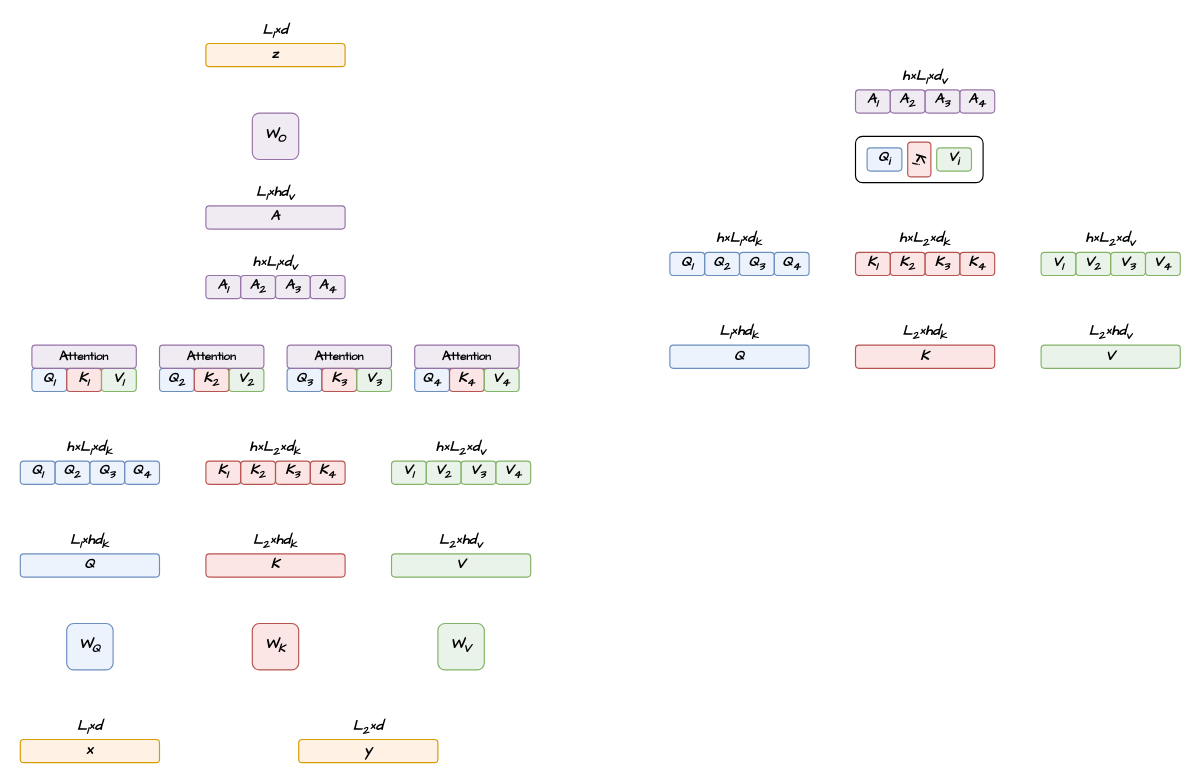
ZhangzeqingCN/api-project keeps this draw.io diagram as page "第 3 页" (3 of 3) of 未命名绘图2.drawio. Above is the earlier version. Source tidied: cells renumbered, new cells numbered last; positions are measured from the earlier drawing's top-left corner, leaving out a move shared by most shapes. Both pictures are drawn from the tidied source at 116%, with x=0, y=0 at pixel (20, 20).
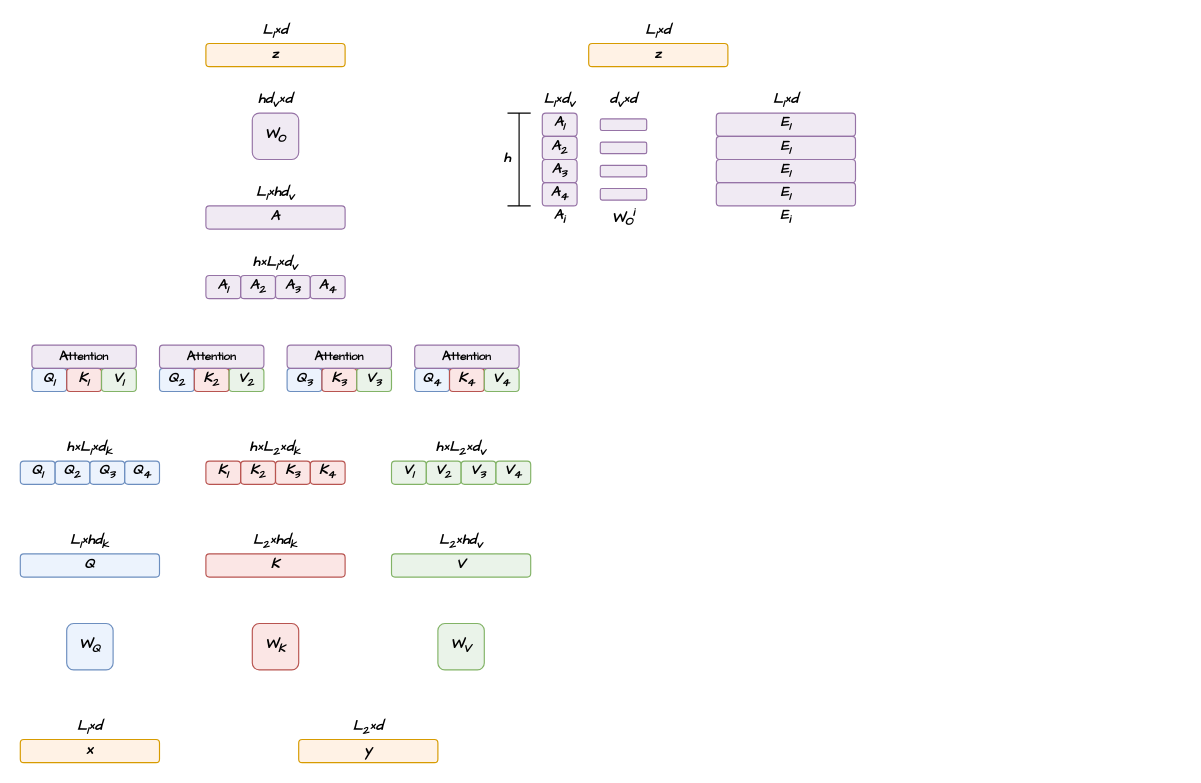
The same diagram, later.

Commit message (it also covers changes not shown here):
更新未命名绘图2.drawio

What changed in the source:
```diff
@@
-    <mxCell id="2" value="&lt;span&gt;&lt;span&gt;Q&lt;/span&gt;&lt;/span&gt;" style="rounded=1;whiteSpace=wrap;html=1;rotation=0;fillColor=#dae8fc;strokeColor=#6c8ebf;fillOpacity=50;fontFamily=Comic Sans MS;fontStyle=3;" parent="1" vertex="1">
-      <mxGeometry x="560" y="280" width="120" height="20" as="geometry" />
-    </mxCell>
-    <mxCell id="3" value="&lt;font&gt;&lt;span&gt;&lt;span&gt;L&lt;sub&gt;1&lt;/sub&gt;×hd&lt;sub&gt;k&lt;/sub&gt;&lt;/span&gt;&lt;/span&gt;&lt;/font&gt;" style="text;html=1;align=center;verticalAlign=middle;whiteSpace=wrap;rounded=0;fontFamily=Comic Sans MS;fontStyle=3;" parent="1" vertex="1">
-      <mxGeometry x="560" y="260" width="120" height="20" as="geometry" />
-    </mxCell>
-    <mxCell id="4" value="&lt;span&gt;&lt;span&gt;Q&lt;sub&gt;1&lt;/sub&gt;&lt;/span&gt;&lt;/span&gt;" style="rounded=1;whiteSpace=wrap;html=1;rotation=0;fillColor=#dae8fc;strokeColor=#6c8ebf;fillOpacity=50;fontFamily=Comic Sans MS;fontStyle=3;" parent="1" vertex="1">
-      <mxGeometry x="560" y="200" width="30" height="20" as="geometry" />
-    </mxCell>
-    <mxCell id="5" value="&lt;span&gt;&lt;span&gt;Q&lt;sub&gt;2&lt;/sub&gt;&lt;/span&gt;&lt;/span&gt;" style="rounded=1;whiteSpace=wrap;html=1;rotation=0;fillColor=#dae8fc;strokeColor=#6c8ebf;fillOpacity=50;fontFamily=Comic Sans MS;fontStyle=3;" parent="1" vertex="1">
-      <mxGeometry x="590" y="200" width="30" height="20" as="geometry" />
-    </mxCell>
-    <mxCell id="6" value="&lt;span&gt;&lt;span&gt;Q&lt;sub&gt;3&lt;/sub&gt;&lt;/span&gt;&lt;/span&gt;" style="rounded=1;whiteSpace=wrap;html=1;rotation=0;fillColor=#dae8fc;strokeColor=#6c8ebf;fillOpacity=50;fontFamily=Comic Sans MS;fontStyle=3;" parent="1" vertex="1">
-      <mxGeometry x="620" y="200" width="30" height="20" as="geometry" />
-    </mxCell>
-    <mxCell id="7" value="&lt;span&gt;&lt;span&gt;Q&lt;sub&gt;4&lt;/sub&gt;&lt;/span&gt;&lt;/span&gt;" style="rounded=1;whiteSpace=wrap;html=1;rotation=0;fillColor=#dae8fc;strokeColor=#6c8ebf;fillOpacity=50;fontFamily=Comic Sans MS;fontStyle=3;" parent="1" vertex="1">
-      <mxGeometry x="650" y="200" width="30" height="20" as="geometry" />
-    </mxCell>
-    <mxCell id="8" value="&lt;font&gt;h×&lt;span&gt;&lt;span&gt;L&lt;sub&gt;1&lt;/sub&gt;×d&lt;sub&gt;k&lt;/sub&gt;&lt;/span&gt;&lt;/span&gt;&lt;/font&gt;" style="text;html=1;align=center;verticalAlign=middle;whiteSpace=wrap;rounded=0;fontFamily=Comic Sans MS;fontStyle=3;" parent="1" vertex="1">
-      <mxGeometry x="560" y="180" width="120" height="20" as="geometry" />
-    </mxCell>
-    <mxCell id="9" value="&lt;span&gt;&lt;span&gt;K&lt;/span&gt;&lt;/span&gt;" style="rounded=1;whiteSpace=wrap;html=1;rotation=0;fillColor=#f8cecc;strokeColor=#b85450;fillOpacity=50;fontFamily=Comic Sans MS;fontStyle=3;" parent="1" vertex="1">
-      <mxGeometry x="720" y="280" width="120" height="20" as="geometry" />
-    </mxCell>
-    <mxCell id="10" value="&lt;font&gt;&lt;span&gt;&lt;span&gt;L&lt;sub&gt;2&lt;/sub&gt;×hd&lt;sub&gt;k&lt;/sub&gt;&lt;/span&gt;&lt;/span&gt;&lt;/font&gt;" style="text;html=1;align=center;verticalAlign=middle;whiteSpace=wrap;rounded=0;fontFamily=Comic Sans MS;fontStyle=3;" parent="1" vertex="1">
-      <mxGeometry x="720" y="260" width="120" height="20" as="geometry" />
-    </mxCell>
-    <mxCell id="11" value="&lt;span&gt;&lt;span&gt;V&lt;/span&gt;&lt;/span&gt;" style="rounded=1;whiteSpace=wrap;html=1;rotation=0;fillColor=#d5e8d4;strokeColor=#82b366;fillOpacity=50;fontFamily=Comic Sans MS;fontStyle=3;" parent="1" vertex="1">
-      <mxGeometry x="880" y="280" width="120" height="20" as="geometry" />
-    </mxCell>
-    <mxCell id="12" value="&lt;font&gt;&lt;span&gt;&lt;span&gt;L&lt;sub&gt;2&lt;/sub&gt;×hd&lt;sub&gt;v&lt;/sub&gt;&lt;/span&gt;&lt;/span&gt;&lt;/font&gt;" style="text;html=1;align=center;verticalAlign=middle;whiteSpace=wrap;rounded=0;fontFamily=Comic Sans MS;fontStyle=3;" parent="1" vertex="1">
-      <mxGeometry x="880" y="260" width="120" height="20" as="geometry" />
-    </mxCell>
-    <mxCell id="13" value="&lt;span&gt;&lt;span&gt;V&lt;sub&gt;1&lt;/sub&gt;&lt;/span&gt;&lt;/span&gt;" style="rounded=1;whiteSpace=wrap;html=1;rotation=0;fillColor=#d5e8d4;strokeColor=#82b366;fillOpacity=50;fontFamily=Comic Sans MS;fontStyle=3;" parent="1" vertex="1">
-      <mxGeometry x="880" y="200" width="30" height="20" as="geometry" />
-    </mxCell>
-    <mxCell id="14" value="&lt;span&gt;&lt;span&gt;V&lt;sub&gt;2&lt;/sub&gt;&lt;/span&gt;&lt;/span&gt;" style="rounded=1;whiteSpace=wrap;html=1;rotation=0;fillColor=#d5e8d4;strokeColor=#82b366;fillOpacity=50;fontFamily=Comic Sans MS;fontStyle=3;" parent="1" vertex="1">
-      <mxGeometry x="910" y="200" width="30" height="20" as="geometry" />
-    </mxCell>
-    <mxCell id="15" value="&lt;font&gt;h×&lt;span&gt;&lt;span&gt;L&lt;sub&gt;2&lt;/sub&gt;&lt;/span&gt;&lt;/span&gt;×&lt;span&gt;&lt;span&gt;d&lt;sub&gt;v&lt;/sub&gt;&lt;/span&gt;&lt;/span&gt;&lt;/font&gt;" style="text;html=1;align=center;verticalAlign=middle;whiteSpace=wrap;rounded=0;fontFamily=Comic Sans MS;fontStyle=3;" parent="1" vertex="1">
-      <mxGeometry x="880" y="180" width="120" height="20" as="geometry" />
-    </mxCell>
-    <mxCell id="16" value="&lt;span&gt;&lt;span&gt;V&lt;sub&gt;3&lt;/sub&gt;&lt;/span&gt;&lt;/span&gt;" style="rounded=1;whiteSpace=wrap;html=1;rotation=0;fillColor=#d5e8d4;strokeColor=#82b366;fillOpacity=50;fontFamily=Comic Sans MS;fontStyle=3;" parent="1" vertex="1">
-      <mxGeometry x="940" y="200" width="30" height="20" as="geometry" />
-    </mxCell>
-    <mxCell id="17" value="&lt;span&gt;&lt;span&gt;V&lt;sub&gt;4&lt;/sub&gt;&lt;/span&gt;&lt;/span&gt;" style="rounded=1;whiteSpace=wrap;html=1;rotation=0;fillColor=#d5e8d4;strokeColor=#82b366;fillOpacity=50;fontFamily=Comic Sans MS;fontStyle=3;" parent="1" vertex="1">
-      <mxGeometry x="970" y="200" width="30" height="20" as="geometry" />
-    </mxCell>
-    <mxCell id="18" value="&lt;span&gt;&lt;span&gt;K&lt;sub&gt;1&lt;/sub&gt;&lt;/span&gt;&lt;/span&gt;" style="rounded=1;whiteSpace=wrap;html=1;rotation=0;fillColor=#f8cecc;strokeColor=#b85450;fillOpacity=50;fontFamily=Comic Sans MS;fontStyle=3;" parent="1" vertex="1">
-      <mxGeometry x="720" y="200" width="30" height="20" as="geometry" />
-    </mxCell>
-    <mxCell id="19" value="&lt;span&gt;&lt;span&gt;K&lt;sub&gt;2&lt;/sub&gt;&lt;/span&gt;&lt;/span&gt;" style="rounded=1;whiteSpace=wrap;html=1;rotation=0;fillColor=#f8cecc;strokeColor=#b85450;fillOpacity=50;fontFamily=Comic Sans MS;fontStyle=3;" parent="1" vertex="1">
-      <mxGeometry x="750" y="200" width="30" height="20" as="geometry" />
-    </mxCell>
-    <mxCell id="20" value="&lt;font&gt;h×&lt;span&gt;&lt;span&gt;L&lt;sub&gt;2&lt;/sub&gt;×d&lt;sub&gt;k&lt;/sub&gt;&lt;/span&gt;&lt;/span&gt;&lt;/font&gt;" style="text;html=1;align=center;verticalAlign=middle;whiteSpace=wrap;rounded=0;fontFamily=Comic Sans MS;fontStyle=3;" parent="1" vertex="1">
-      <mxGeometry x="720" y="180" width="120" height="20" as="geometry" />
-    </mxCell>
-    <mxCell id="21" value="&lt;span&gt;&lt;span&gt;K&lt;sub&gt;3&lt;/sub&gt;&lt;/span&gt;&lt;/span&gt;" style="rounded=1;whiteSpace=wrap;html=1;rotation=0;fillColor=#f8cecc;strokeColor=#b85450;fillOpacity=50;fontFamily=Comic Sans MS;fontStyle=3;" parent="1" vertex="1">
-      <mxGeometry x="780" y="200" width="30" height="20" as="geometry" />
-    </mxCell>
-    <mxCell id="22" value="&lt;span&gt;&lt;span&gt;K&lt;sub&gt;4&lt;/sub&gt;&lt;/span&gt;&lt;/span&gt;" style="rounded=1;whiteSpace=wrap;html=1;rotation=0;fillColor=#f8cecc;strokeColor=#b85450;fillOpacity=50;fontFamily=Comic Sans MS;fontStyle=3;" parent="1" vertex="1">
-      <mxGeometry x="810" y="200" width="30" height="20" as="geometry" />
-    </mxCell>
-    <mxCell id="23" value="A&lt;sub&gt;1&lt;/sub&gt;" style="rounded=1;whiteSpace=wrap;html=1;rotation=0;fillColor=#e1d5e7;strokeColor=#9673a6;fillOpacity=50;fontFamily=Comic Sans MS;fontStyle=3;" parent="1" vertex="1">
-      <mxGeometry x="720" y="60" width="30" height="20" as="geometry" />
-    </mxCell>
-    <mxCell id="24" style="group;" parent="1" vertex="1">
-      <mxGeometry x="720" y="100" width="110" height="40" as="geometry" />
-    </mxCell>
-    <mxCell id="25" style="rounded=1;whiteSpace=wrap;html=1;" parent="24" vertex="1">
-      <mxGeometry width="110" height="40" as="geometry" />
-    </mxCell>
-    <mxCell id="26" value="&lt;span&gt;&lt;span&gt;Q&lt;sub&gt;i&lt;/sub&gt;&lt;/span&gt;&lt;/span&gt;" style="rounded=1;whiteSpace=wrap;html=1;rotation=0;fillColor=#dae8fc;strokeColor=#6c8ebf;fillOpacity=50;fontFamily=Comic Sans MS;fontStyle=3;" parent="24" vertex="1">
-      <mxGeometry x="10" y="10" width="30" height="20" as="geometry" />
-    </mxCell>
-    <mxCell id="27" value="&lt;span&gt;&lt;span&gt;K&lt;sub&gt;i&lt;/sub&gt;&lt;/span&gt;&lt;/span&gt;" style="rounded=1;whiteSpace=wrap;html=1;rotation=90;fillColor=#f8cecc;strokeColor=#b85450;fillOpacity=50;fontFamily=Comic Sans MS;fontStyle=3;" parent="24" vertex="1">
-      <mxGeometry x="40" y="10" width="30" height="20" as="geometry" />
-    </mxCell>
-    <mxCell id="28" value="&lt;span&gt;&lt;span&gt;V&lt;sub&gt;i&lt;/sub&gt;&lt;/span&gt;&lt;/span&gt;" style="rounded=1;whiteSpace=wrap;html=1;rotation=0;fillColor=#d5e8d4;strokeColor=#82b366;fillOpacity=50;fontFamily=Comic Sans MS;fontStyle=3;" parent="24" vertex="1">
-      <mxGeometry x="70" y="10" width="30" height="20" as="geometry" />
-    </mxCell>
-    <mxCell id="29" value="A&lt;sub&gt;2&lt;/sub&gt;" style="rounded=1;whiteSpace=wrap;html=1;rotation=0;fillColor=#e1d5e7;strokeColor=#9673a6;fillOpacity=50;fontFamily=Comic Sans MS;fontStyle=3;" parent="1" vertex="1">
-      <mxGeometry x="750" y="60" width="30" height="20" as="geometry" />
-    </mxCell>
-    <mxCell id="30" value="A&lt;sub&gt;3&lt;/sub&gt;" style="rounded=1;whiteSpace=wrap;html=1;rotation=0;fillColor=#e1d5e7;strokeColor=#9673a6;fillOpacity=50;fontFamily=Comic Sans MS;fontStyle=3;" parent="1" vertex="1">
-      <mxGeometry x="780" y="60" width="30" height="20" as="geometry" />
-    </mxCell>
-    <mxCell id="31" value="A&lt;sub&gt;4&lt;/sub&gt;" style="rounded=1;whiteSpace=wrap;html=1;rotation=0;fillColor=#e1d5e7;strokeColor=#9673a6;fillOpacity=50;fontFamily=Comic Sans MS;fontStyle=3;" parent="1" vertex="1">
-      <mxGeometry x="810" y="60" width="30" height="20" as="geometry" />
-    </mxCell>
-    <mxCell id="32" value="&lt;font&gt;h×&lt;span&gt;&lt;span&gt;L&lt;sub&gt;1&lt;/sub&gt;×d&lt;sub&gt;v&lt;/sub&gt;&lt;/span&gt;&lt;/span&gt;&lt;/font&gt;" style="text;html=1;align=center;verticalAlign=middle;whiteSpace=wrap;rounded=0;fontFamily=Comic Sans MS;fontStyle=3;" parent="1" vertex="1">
-      <mxGeometry x="720" y="40" width="120" height="20" as="geometry" />
-    </mxCell>
@@
+    <mxCell id="96" style="group;" parent="1" vertex="1">
+      <mxGeometry x="490" width="120" height="40" as="geometry" />
+    </mxCell>
+    <mxCell id="97" value="&lt;span&gt;&lt;span&gt;z&lt;/span&gt;&lt;/span&gt;" style="rounded=1;whiteSpace=wrap;html=1;rotation=0;fillColor=#ffe6cc;strokeColor=#d79b00;fillOpacity=50;fontFamily=Comic Sans MS;fontStyle=3;" parent="96" vertex="1">
+      <mxGeometry y="20" width="120" height="20" as="geometry" />
+    </mxCell>
+    <mxCell id="98" value="&lt;font&gt;&lt;span&gt;&lt;span&gt;L&lt;sub&gt;1&lt;/sub&gt;×d&lt;/span&gt;&lt;/span&gt;&lt;/font&gt;" style="text;html=1;align=center;verticalAlign=middle;whiteSpace=wrap;rounded=0;fontFamily=Comic Sans MS;fontStyle=3;" parent="96" vertex="1">
+      <mxGeometry width="120" height="20" as="geometry" />
+    </mxCell>
+    <mxCell id="99" value="&lt;font&gt;&lt;span&gt;&lt;span&gt;h&lt;/span&gt;&lt;/span&gt;&lt;span&gt;&lt;span&gt;d&lt;sub&gt;v&lt;/sub&gt;&lt;/span&gt;&lt;/span&gt;&lt;/font&gt;×d" style="text;html=1;align=center;verticalAlign=middle;whiteSpace=wrap;rounded=0;fontFamily=Comic Sans MS;fontStyle=3;" parent="1" vertex="1">
+      <mxGeometry x="200" y="60" width="40" height="20" as="geometry" />
+    </mxCell>
+    <mxCell id="100" style="group;" parent="1" vertex="1">
+      <mxGeometry x="500" y="60" width="40" height="120" as="geometry" />
+    </mxCell>
+    <mxCell id="101" style="rounded=1;whiteSpace=wrap;html=1;rotation=0;fillColor=#e1d5e7;strokeColor=#9673a6;fillOpacity=50;fontFamily=Comic Sans MS;fontStyle=3;" parent="100" vertex="1">
+      <mxGeometry y="25" width="40" height="10" as="geometry" />
+    </mxCell>
+    <mxCell id="102" style="rounded=1;whiteSpace=wrap;html=1;rotation=0;fillColor=#e1d5e7;strokeColor=#9673a6;fillOpacity=50;fontFamily=Comic Sans MS;fontStyle=3;" parent="100" vertex="1">
+      <mxGeometry y="85" width="40" height="10" as="geometry" />
+    </mxCell>
+    <mxCell id="103" style="rounded=1;whiteSpace=wrap;html=1;rotation=0;fillColor=#e1d5e7;strokeColor=#9673a6;fillOpacity=50;fontFamily=Comic Sans MS;fontStyle=3;" parent="100" vertex="1">
+      <mxGeometry y="65" width="40" height="10" as="geometry" />
+    </mxCell>
+    <mxCell id="104" style="rounded=1;whiteSpace=wrap;html=1;rotation=0;fillColor=#e1d5e7;strokeColor=#9673a6;fillOpacity=50;fontFamily=Comic Sans MS;fontStyle=3;" parent="100" vertex="1">
+      <mxGeometry y="45" width="40" height="10" as="geometry" />
+    </mxCell>
+    <mxCell id="105" value="W&lt;sub&gt;O&lt;/sub&gt;&lt;sup&gt;i&lt;/sup&gt;" style="text;html=1;align=center;verticalAlign=middle;whiteSpace=wrap;rounded=0;fontFamily=Comic Sans MS;fontStyle=3;" parent="100" vertex="1">
+      <mxGeometry y="100" width="40" height="20" as="geometry" />
+    </mxCell>
+    <mxCell id="106" value="&lt;font&gt;&lt;span&gt;&lt;span&gt;d&lt;sub&gt;v&lt;/sub&gt;&lt;/span&gt;&lt;/span&gt;&lt;/font&gt;×d" style="text;html=1;align=center;verticalAlign=middle;whiteSpace=wrap;rounded=0;fontFamily=Comic Sans MS;fontStyle=3;" parent="100" vertex="1">
+      <mxGeometry width="40" height="20" as="geometry" />
+    </mxCell>
+    <mxCell id="107" style="group;" parent="1" vertex="1">
+      <mxGeometry x="410" y="60" width="70" height="120" as="geometry" />
+    </mxCell>
+    <mxCell id="23" value="A&lt;sub&gt;1&lt;/sub&gt;" style="rounded=1;whiteSpace=wrap;html=1;rotation=0;fillColor=#e1d5e7;strokeColor=#9673a6;fillOpacity=50;fontFamily=Comic Sans MS;fontStyle=3;" parent="107" vertex="1">
+      <mxGeometry x="40" y="20" width="30" height="20" as="geometry" />
+    </mxCell>
+    <mxCell id="29" value="A&lt;sub&gt;2&lt;/sub&gt;" style="rounded=1;whiteSpace=wrap;html=1;rotation=0;fillColor=#e1d5e7;strokeColor=#9673a6;fillOpacity=50;fontFamily=Comic Sans MS;fontStyle=3;" parent="107" vertex="1">
+      <mxGeometry x="40" y="40" width="30" height="20" as="geometry" />
+    </mxCell>
+    <mxCell id="30" value="A&lt;sub&gt;3&lt;/sub&gt;" style="rounded=1;whiteSpace=wrap;html=1;rotation=0;fillColor=#e1d5e7;strokeColor=#9673a6;fillOpacity=50;fontFamily=Comic Sans MS;fontStyle=3;" parent="107" vertex="1">
+      <mxGeometry x="40" y="60" width="30" height="20" as="geometry" />
+    </mxCell>
+    <mxCell id="31" value="A&lt;sub&gt;4&lt;/sub&gt;" style="rounded=1;whiteSpace=wrap;html=1;rotation=0;fillColor=#e1d5e7;strokeColor=#9673a6;fillOpacity=50;fontFamily=Comic Sans MS;fontStyle=3;" parent="107" vertex="1">
+      <mxGeometry x="40" y="80" width="30" height="20" as="geometry" />
+    </mxCell>
+    <mxCell id="108" value="&lt;font&gt;&lt;span&gt;&lt;span&gt;L&lt;sub&gt;1&lt;/sub&gt;×d&lt;sub&gt;v&lt;/sub&gt;&lt;/span&gt;&lt;/span&gt;&lt;/font&gt;" style="text;html=1;align=center;verticalAlign=middle;whiteSpace=wrap;rounded=0;fontFamily=Comic Sans MS;fontStyle=3;" parent="107" vertex="1">
+      <mxGeometry x="40" width="30" height="20" as="geometry" />
+    </mxCell>
+    <mxCell id="109" value="A&lt;sub&gt;i&lt;/sub&gt;" style="text;html=1;align=center;verticalAlign=middle;whiteSpace=wrap;rounded=0;fontFamily=Comic Sans MS;fontStyle=3;" parent="107" vertex="1">
+      <mxGeometry x="40" y="100" width="30" height="20" as="geometry" />
+    </mxCell>
+    <mxCell id="110" value="h" style="text;html=1;align=center;verticalAlign=middle;whiteSpace=wrap;rounded=0;fontFamily=Comic Sans MS;fontStyle=3;" parent="107" vertex="1">
+      <mxGeometry y="50" width="20" height="20" as="geometry" />
+    </mxCell>
+    <mxCell id="111" style="shape=crossbar;whiteSpace=wrap;html=1;rounded=1;direction=south;" parent="107" vertex="1">
+      <mxGeometry x="10" y="20" width="20" height="80" as="geometry" />
+    </mxCell>
+    <mxCell id="112" style="group;" parent="1" vertex="1">
+      <mxGeometry x="600" y="60" width="120" height="120" as="geometry" />
+    </mxCell>
+    <mxCell id="113" value="E&lt;sub&gt;1&lt;/sub&gt;" style="rounded=1;whiteSpace=wrap;html=1;rotation=0;fillColor=#e1d5e7;strokeColor=#9673a6;fillOpacity=50;fontFamily=Comic Sans MS;fontStyle=3;" parent="112" vertex="1">
+      <mxGeometry y="20" width="120" height="20" as="geometry" />
+    </mxCell>
+    <mxCell id="114" value="E&lt;sub&gt;1&lt;/sub&gt;" style="rounded=1;whiteSpace=wrap;html=1;rotation=0;fillColor=#e1d5e7;strokeColor=#9673a6;fillOpacity=50;fontFamily=Comic Sans MS;fontStyle=3;" parent="112" vertex="1">
+      <mxGeometry y="40" width="120" height="20" as="geometry" />
+    </mxCell>
+    <mxCell id="115" value="E&lt;sub&gt;1&lt;/sub&gt;" style="rounded=1;whiteSpace=wrap;html=1;rotation=0;fillColor=#e1d5e7;strokeColor=#9673a6;fillOpacity=50;fontFamily=Comic Sans MS;fontStyle=3;" parent="112" vertex="1">
+      <mxGeometry y="60" width="120" height="20" as="geometry" />
+    </mxCell>
+    <mxCell id="116" value="E&lt;sub&gt;1&lt;/sub&gt;" style="rounded=1;whiteSpace=wrap;html=1;rotation=0;fillColor=#e1d5e7;strokeColor=#9673a6;fillOpacity=50;fontFamily=Comic Sans MS;fontStyle=3;" parent="112" vertex="1">
+      <mxGeometry y="80" width="120" height="20" as="geometry" />
+    </mxCell>
+    <mxCell id="117" value="E&lt;sub&gt;i&lt;/sub&gt;" style="text;html=1;align=center;verticalAlign=middle;whiteSpace=wrap;rounded=0;fontFamily=Comic Sans MS;fontStyle=3;" parent="112" vertex="1">
+      <mxGeometry y="100" width="120" height="20" as="geometry" />
+    </mxCell>
+    <mxCell id="118" value="&lt;font&gt;&lt;span&gt;&lt;span&gt;L&lt;sub&gt;1&lt;/sub&gt;×d&lt;/span&gt;&lt;/span&gt;&lt;/font&gt;" style="text;html=1;align=center;verticalAlign=middle;whiteSpace=wrap;rounded=0;fontFamily=Comic Sans MS;fontStyle=3;" parent="112" vertex="1">
+      <mxGeometry width="120" height="20" as="geometry" />
+    </mxCell>
```
